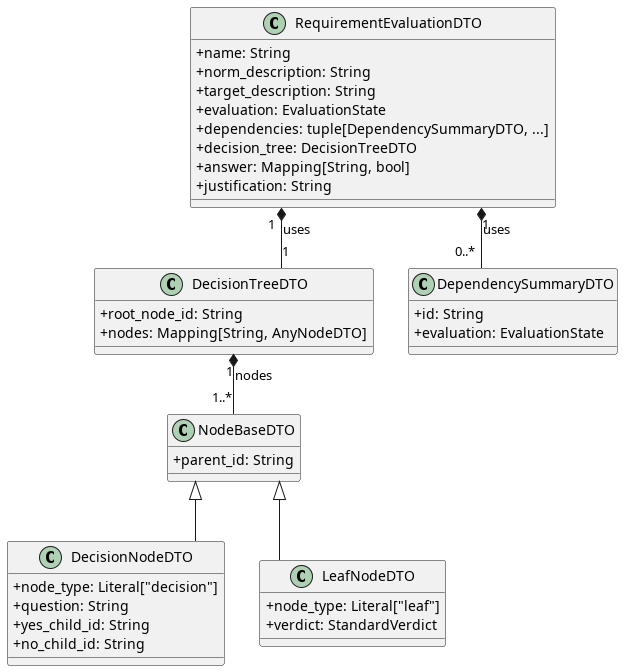
Before: src/PB/DocumentazioneEsterna/Specifica_Tecnica/content/05-diagrammi-classi/uml/png/GetRequirementEvaluationDetail/RequirementEvaluationDTO.png, a diagram exported from PlantUML (GroupRubberDuck/Documentazione). The source it was exported from:
```plantuml
@startuml RequirementEvaluationDTO
skinparam linetype ortho
skinparam ClassAttributeIconSize 0

class NodeBaseDTO {
    + parent_id: String
}

class DecisionNodeDTO {
    + node_type: Literal["decision"]
    + question: String
    + yes_child_id: String
    + no_child_id: String
}

class LeafNodeDTO {
    + node_type: Literal["leaf"]
    + verdict: StandardVerdict
}

class DecisionTreeDTO {
    + root_node_id: String
    + nodes: Mapping[String, AnyNodeDTO]
}

class DependencySummaryDTO {
    + id: String
    + evaluation: EvaluationState
}

class RequirementEvaluationDTO {
    + name: String
    + norm_description: String
    + target_description: String
    + evaluation: EvaluationState
    + dependencies: tuple[DependencySummaryDTO, ...]
    + decision_tree: DecisionTreeDTO
    + answer: Mapping[String, bool]
    + justification: String
}

NodeBaseDTO <|-- DecisionNodeDTO
NodeBaseDTO <|-- LeafNodeDTO

DecisionTreeDTO "1" *-- "1..*" NodeBaseDTO : "nodes"

RequirementEvaluationDTO "1" *-- "1" DecisionTreeDTO : uses
RequirementEvaluationDTO "1" *-- "0..*" DependencySummaryDTO : uses

@enduml
```
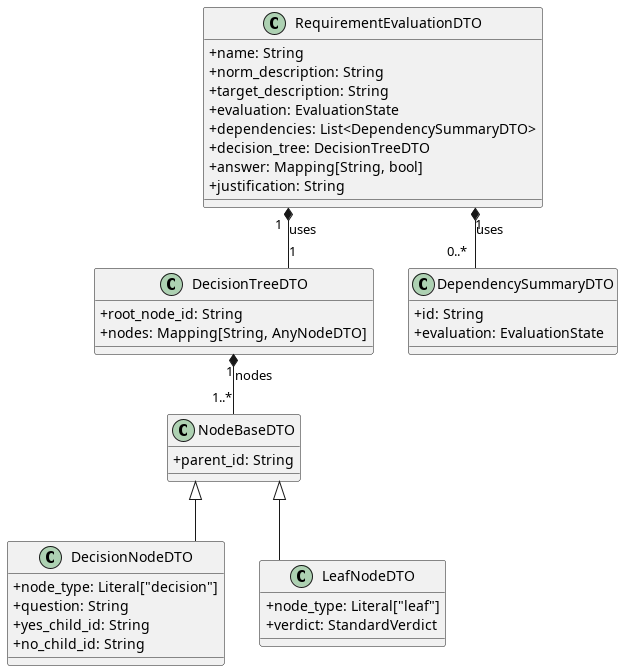
Above is the later version.

The edit, as a diff of the source:
```diff
@@ -33,7 +33,7 @@
     + norm_description: String
     + target_description: String
     + evaluation: EvaluationState
-    + dependencies: tuple[DependencySummaryDTO, ...]
+    + dependencies: List<DependencySummaryDTO>
     + decision_tree: DecisionTreeDTO
     + answer: Mapping[String, bool]
     + justification: String
```
